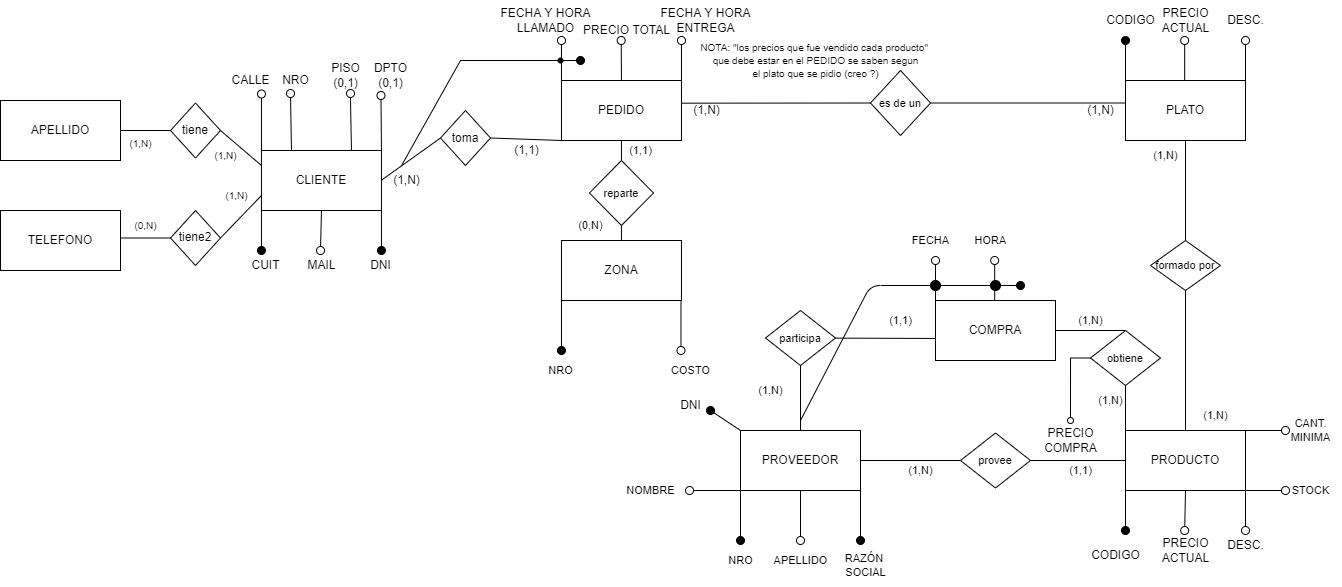
Before: PRACTICA 2/Parte1/Ejercicio4/Ejercicio4-logico.png, a diagram exported from draw.io (agusrnfr/DBD). Source tidied: cells renumbered, new cells last; positions are measured from the earlier drawing's top-left corner, leaving out a move shared by most shapes.
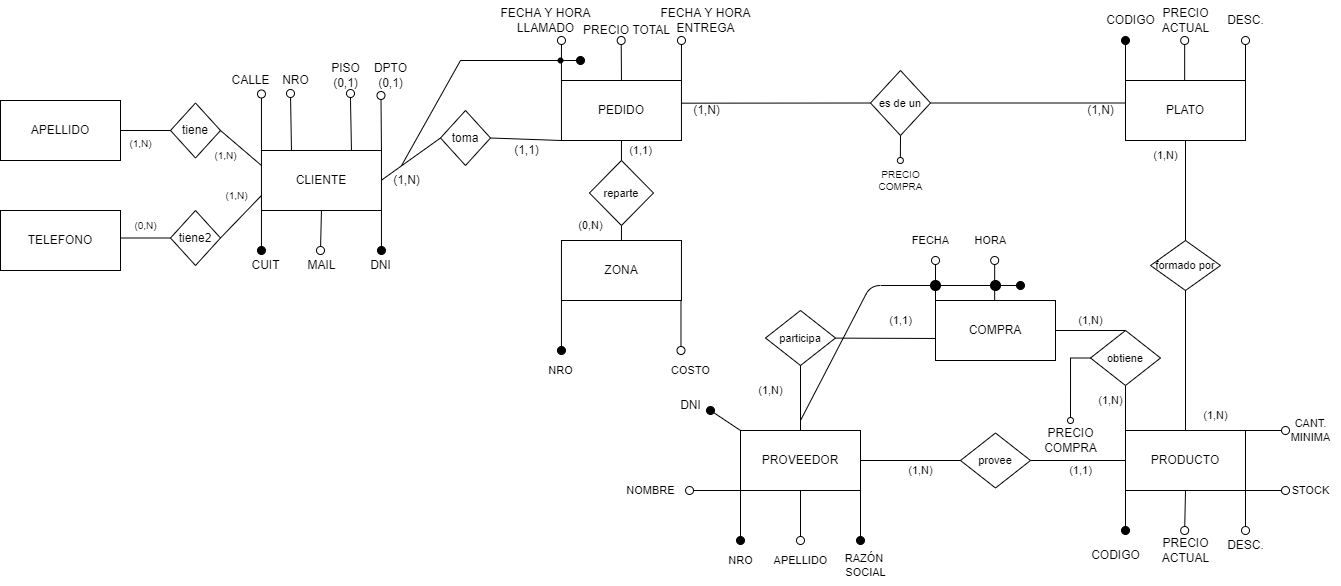
The same file after the commit.

Change to the diagram source:
```diff
@@ -103,6 +103,11 @@
     <mxCell id="29" value="DPTO&lt;br&gt;(0,1)" style="text;html=1;align=center;verticalAlign=middle;strokeColor=none;fillColor=none;" parent="1" vertex="1">
       <mxGeometry x="360" y="55" width="60" height="40" as="geometry" />
     </mxCell>
+    <mxCell id="121" style="edgeStyle=orthogonalEdgeStyle;rounded=0;jettySize=auto;html=1;exitX=0.5;exitY=1;exitDx=0;exitDy=0;fontSize=10;endArrow=oval;endFill=0;" parent="1" edge="1" source="30">
+      <mxGeometry relative="1" as="geometry">
+        <mxPoint x="899.9" y="160" as="targetPoint" />
+      </mxGeometry>
+    </mxCell>
     <mxCell id="30" value="&lt;span style=&quot;font-size: 11px;&quot;&gt;es de un&lt;/span&gt;" style="shape=rhombus;perimeter=rhombusPerimeter;whiteSpace=wrap;html=1;align=center;" parent="1" vertex="1">
       <mxGeometry x="870" y="70" width="60" height="65" as="geometry" />
     </mxCell>
@@ -356,9 +361,6 @@
     <mxCell id="97" value="(1,1)" style="text;html=1;align=center;verticalAlign=middle;strokeColor=none;fillColor=none;fontSize=11;" parent="1" vertex="1">
       <mxGeometry x="1055" y="455" width="50" height="30" as="geometry" />
     </mxCell>
-    <mxCell id="98" value="&lt;font style=&quot;font-size: 10px;&quot;&gt;NOTA: &quot;los precios que fue vendido cada producto&quot;&amp;nbsp;&lt;br&gt;que debe estar en el PEDIDO se saben segun&lt;br&gt;el plato que se pidio (creo ?)&lt;/font&gt;" style="text;html=1;align=center;verticalAlign=middle;strokeColor=none;fillColor=none;fontSize=11;" parent="1" vertex="1">
-      <mxGeometry x="690" y="35" width="250" height="50" as="geometry" />
-    </mxCell>
     <mxCell id="99" style="html=1;verticalAlign=bottom;labelBackgroundColor=none;endArrow=oval;endFill=1;endSize=8;rounded=0;strokeColor=#000000;exitX=0;exitY=1;exitDx=0;exitDy=0;" parent="1" edge="1">
       <mxGeometry relative="1" as="geometry">
         <mxPoint x="561" y="300" as="sourcePoint" />
@@ -445,5 +447,8 @@
     <mxCell id="120" value="PRECIO&lt;br&gt;COMPRA" style="text;html=1;align=center;verticalAlign=middle;strokeColor=none;fillColor=none;" parent="1" vertex="1">
       <mxGeometry x="1030" y="420" width="80" height="40" as="geometry" />
     </mxCell>
+    <mxCell id="122" value="PRECIO&lt;br&gt;COMPRA" style="text;html=1;align=center;verticalAlign=middle;strokeColor=none;fillColor=none;fontSize=10;" parent="1" vertex="1">
+      <mxGeometry x="865" y="160" width="70" height="40" as="geometry" />
+    </mxCell>
   </root>
 </mxGraphModel>
```
